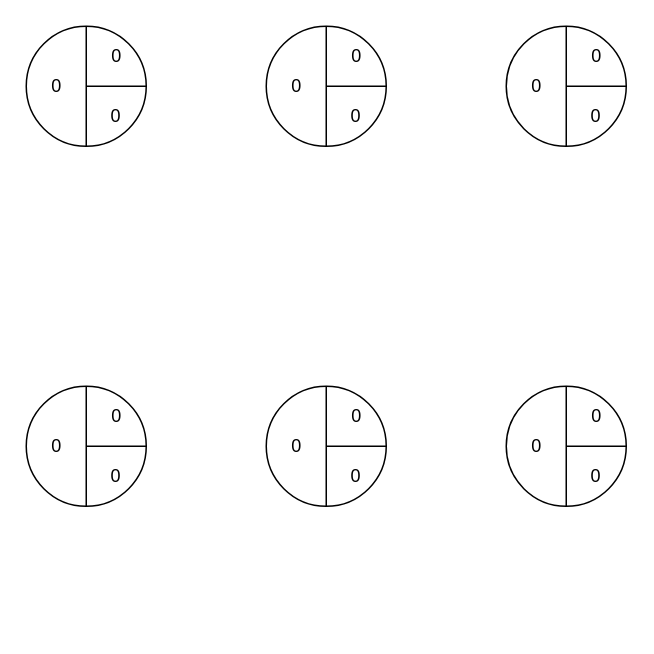
Before: IngenieriaSoftware/Practica2/ej3.drawio in Luchit0-afk/Diagramas, a draw.io diagram. Source tidied: cells renumbered, new cells numbered last; positions are measured from the earlier drawing's top-left corner, leaving out a move shared by most shapes. Both pictures are drawn from the tidied source at 150%, with x=0, y=0 at pixel (26, 26).
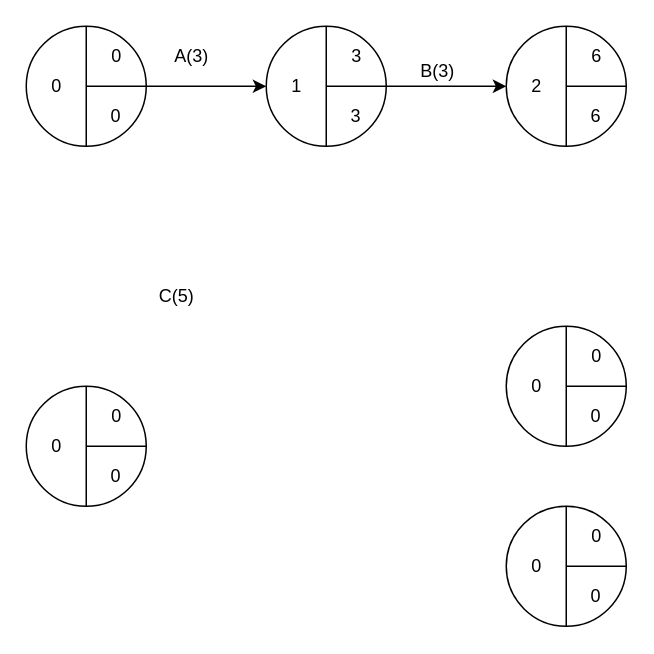
After the change.

The change refers to these unchanged cells:
```xml
<mxCell id="2" style="ellipse;whiteSpace=wrap;html=1;" parent="1" vertex="1">
  <mxGeometry width="80" height="80" as="geometry" />
</mxCell>
<mxCell id="8" style="ellipse;whiteSpace=wrap;html=1;" parent="1" vertex="1">
  <mxGeometry x="160" width="80" height="80" as="geometry" />
</mxCell>
<mxCell id="14" style="ellipse;whiteSpace=wrap;html=1;" parent="1" vertex="1">
  <mxGeometry x="320" width="80" height="80" as="geometry" />
</mxCell>
```

Diff of the diagram source:
```diff
@@
+    <mxCell id="38" style="edgeStyle=orthogonalEdgeStyle;rounded=0;jettySize=auto;html=1;exitX=1;exitY=0.5;exitDx=0;exitDy=0;entryX=0;entryY=0.5;entryDx=0;entryDy=0;" parent="1" edge="1" source="2" target="8">
+      <mxGeometry relative="1" as="geometry" />
+    </mxCell>
@@
+    <mxCell id="39" style="edgeStyle=orthogonalEdgeStyle;rounded=0;jettySize=auto;html=1;exitX=1;exitY=0.5;exitDx=0;exitDy=0;" parent="1" edge="1" source="8" target="14">
+      <mxGeometry relative="1" as="geometry" />
+    </mxCell>
@@
-    <mxCell id="11" value="0" style="text;html=1;strokeColor=none;fillColor=none;align=center;verticalAlign=middle;whiteSpace=wrap;rounded=0;" parent="1" vertex="1">
+    <mxCell id="11" value="3" style="text;html=1;strokeColor=none;fillColor=none;align=center;verticalAlign=middle;whiteSpace=wrap;rounded=0;" parent="1" vertex="1">
       <mxGeometry x="200" y="50" width="40" height="20" as="geometry" />
     </mxCell>
-    <mxCell id="12" value="0" style="text;html=1;align=center;verticalAlign=middle;strokeColor=none;fillColor=none;" parent="1" vertex="1">
+    <mxCell id="12" value="1" style="text;html=1;align=center;verticalAlign=middle;strokeColor=none;fillColor=none;" parent="1" vertex="1">
       <mxGeometry x="170" y="30" width="20" height="20" as="geometry" />
     </mxCell>
-    <mxCell id="13" value="0" style="text;html=1;align=center;verticalAlign=middle;strokeColor=none;fillColor=none;" parent="1" vertex="1">
+    <mxCell id="13" value="3" style="text;html=1;align=center;verticalAlign=middle;strokeColor=none;fillColor=none;" parent="1" vertex="1">
       <mxGeometry x="210" y="10" width="20" height="20" as="geometry" />
     </mxCell>
@@
-    <mxCell id="17" value="0" style="text;html=1;strokeColor=none;fillColor=none;align=center;verticalAlign=middle;whiteSpace=wrap;rounded=0;" parent="1" vertex="1">
+    <mxCell id="17" value="6" style="text;html=1;strokeColor=none;fillColor=none;align=center;verticalAlign=middle;whiteSpace=wrap;rounded=0;" parent="1" vertex="1">
       <mxGeometry x="360" y="50" width="40" height="20" as="geometry" />
     </mxCell>
-    <mxCell id="18" value="0" style="text;html=1;align=center;verticalAlign=middle;strokeColor=none;fillColor=none;" parent="1" vertex="1">
+    <mxCell id="18" value="2" style="text;html=1;align=center;verticalAlign=middle;strokeColor=none;fillColor=none;" parent="1" vertex="1">
       <mxGeometry x="330" y="30" width="20" height="20" as="geometry" />
     </mxCell>
-    <mxCell id="19" value="0" style="text;html=1;align=center;verticalAlign=middle;strokeColor=none;fillColor=none;" parent="1" vertex="1">
+    <mxCell id="19" value="6" style="text;html=1;align=center;verticalAlign=middle;strokeColor=none;fillColor=none;" parent="1" vertex="1">
       <mxGeometry x="370" y="10" width="20" height="20" as="geometry" />
     </mxCell>
@@
     <mxCell id="26" style="ellipse;whiteSpace=wrap;html=1;" parent="1" vertex="1">
-      <mxGeometry x="160" y="240" width="80" height="80" as="geometry" />
+      <mxGeometry x="320" y="200" width="80" height="80" as="geometry" />
     </mxCell>
@@
     <mxCell id="28" style="endArrow=none;html=1;" parent="1" edge="1">
       <mxGeometry relative="1" as="geometry">
-        <mxPoint x="200" y="280" as="sourcePoint" />
-        <mxPoint x="240" y="280" as="targetPoint" />
+        <mxPoint x="360" y="240" as="sourcePoint" />
+        <mxPoint x="400" y="240" as="targetPoint" />
       </mxGeometry>
     </mxCell>
     <mxCell id="29" value="0" style="text;html=1;strokeColor=none;fillColor=none;align=center;verticalAlign=middle;whiteSpace=wrap;rounded=0;" parent="1" vertex="1">
-      <mxGeometry x="200" y="290" width="40" height="20" as="geometry" />
+      <mxGeometry x="360" y="250" width="40" height="20" as="geometry" />
     </mxCell>
     <mxCell id="30" value="0" style="text;html=1;align=center;verticalAlign=middle;strokeColor=none;fillColor=none;" parent="1" vertex="1">
-      <mxGeometry x="170" y="270" width="20" height="20" as="geometry" />
+      <mxGeometry x="330" y="230" width="20" height="20" as="geometry" />
     </mxCell>
     <mxCell id="31" value="0" style="text;html=1;align=center;verticalAlign=middle;strokeColor=none;fillColor=none;" parent="1" vertex="1">
-      <mxGeometry x="210" y="250" width="20" height="20" as="geometry" />
+      <mxGeometry x="370" y="210" width="20" height="20" as="geometry" />
     </mxCell>
     <mxCell id="32" style="ellipse;whiteSpace=wrap;html=1;" parent="1" vertex="1">
-      <mxGeometry x="320" y="240" width="80" height="80" as="geometry" />
+      <mxGeometry x="320" y="320" width="80" height="80" as="geometry" />
     </mxCell>
@@
     <mxCell id="34" style="endArrow=none;html=1;" parent="1" edge="1">
       <mxGeometry relative="1" as="geometry">
-        <mxPoint x="360" y="280" as="sourcePoint" />
-        <mxPoint x="400" y="280" as="targetPoint" />
+        <mxPoint x="360" y="360" as="sourcePoint" />
+        <mxPoint x="400" y="360" as="targetPoint" />
       </mxGeometry>
     </mxCell>
     <mxCell id="35" value="0" style="text;html=1;strokeColor=none;fillColor=none;align=center;verticalAlign=middle;whiteSpace=wrap;rounded=0;" parent="1" vertex="1">
-      <mxGeometry x="360" y="290" width="40" height="20" as="geometry" />
+      <mxGeometry x="360" y="370" width="40" height="20" as="geometry" />
     </mxCell>
     <mxCell id="36" value="0" style="text;html=1;align=center;verticalAlign=middle;strokeColor=none;fillColor=none;" parent="1" vertex="1">
-      <mxGeometry x="330" y="270" width="20" height="20" as="geometry" />
+      <mxGeometry x="330" y="350" width="20" height="20" as="geometry" />
     </mxCell>
     <mxCell id="37" value="0" style="text;html=1;align=center;verticalAlign=middle;strokeColor=none;fillColor=none;" parent="1" vertex="1">
-      <mxGeometry x="370" y="250" width="20" height="20" as="geometry" />
+      <mxGeometry x="370" y="330" width="20" height="20" as="geometry" />
     </mxCell>
+    <mxCell id="40" value="A(3)" style="text;html=1;align=center;verticalAlign=middle;strokeColor=none;fillColor=none;" parent="1" vertex="1">
+      <mxGeometry x="90" y="10" width="40" height="20" as="geometry" />
+    </mxCell>
+    <mxCell id="41" value="C(5)" style="text;html=1;align=center;verticalAlign=middle;strokeColor=none;fillColor=none;" parent="1" vertex="1">
+      <mxGeometry x="80" y="170" width="40" height="20" as="geometry" />
+    </mxCell>
+    <mxCell id="42" value="B(3)" style="text;html=1;align=center;verticalAlign=middle;strokeColor=none;fillColor=none;" parent="1" vertex="1">
+      <mxGeometry x="254" y="20" width="40" height="20" as="geometry" />
+    </mxCell>
```
